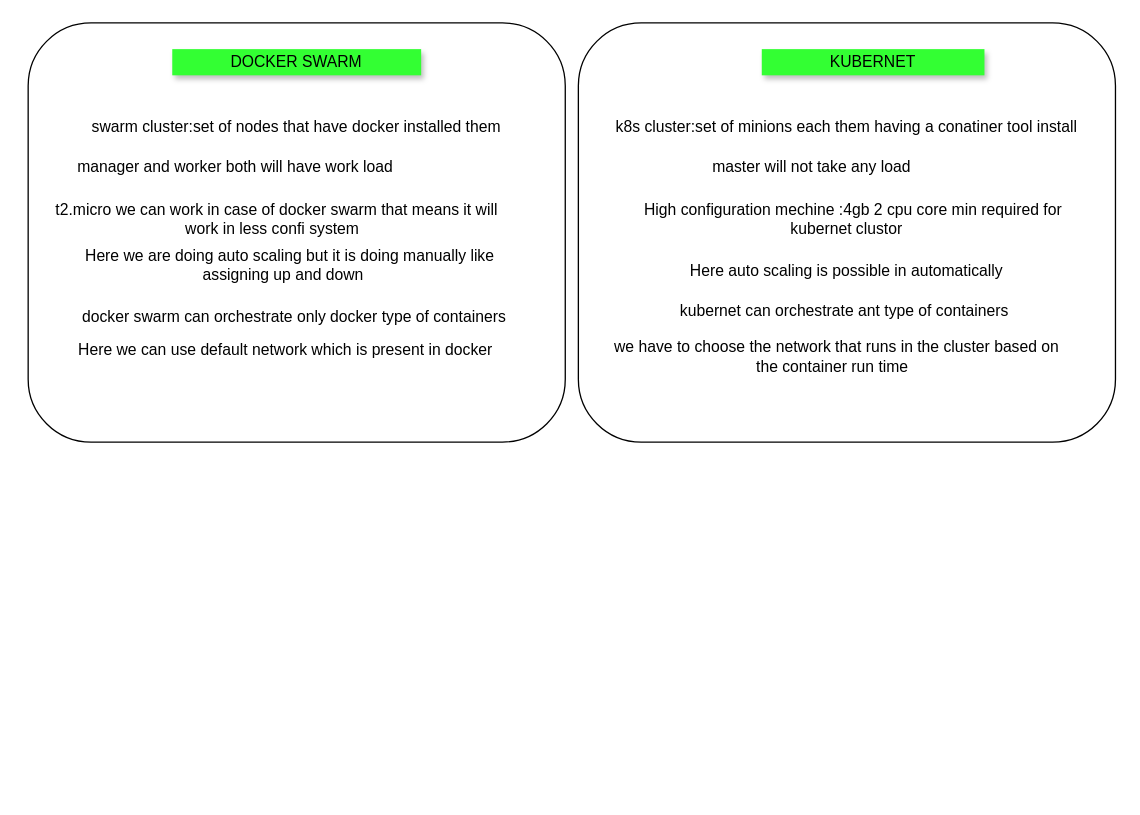
ashisnishanka/kubernet keeps this draw.io diagram as diff docker swarm & kubernet.drawio. Above is the earlier version. Source tidied: cells renumbered, new cells numbered last; positions are measured from the earlier drawing's top-left corner, leaving out a move shared by most shapes. Both pictures are drawn from the tidied source at 131%, with x=0, y=0 at pixel (28, 22).
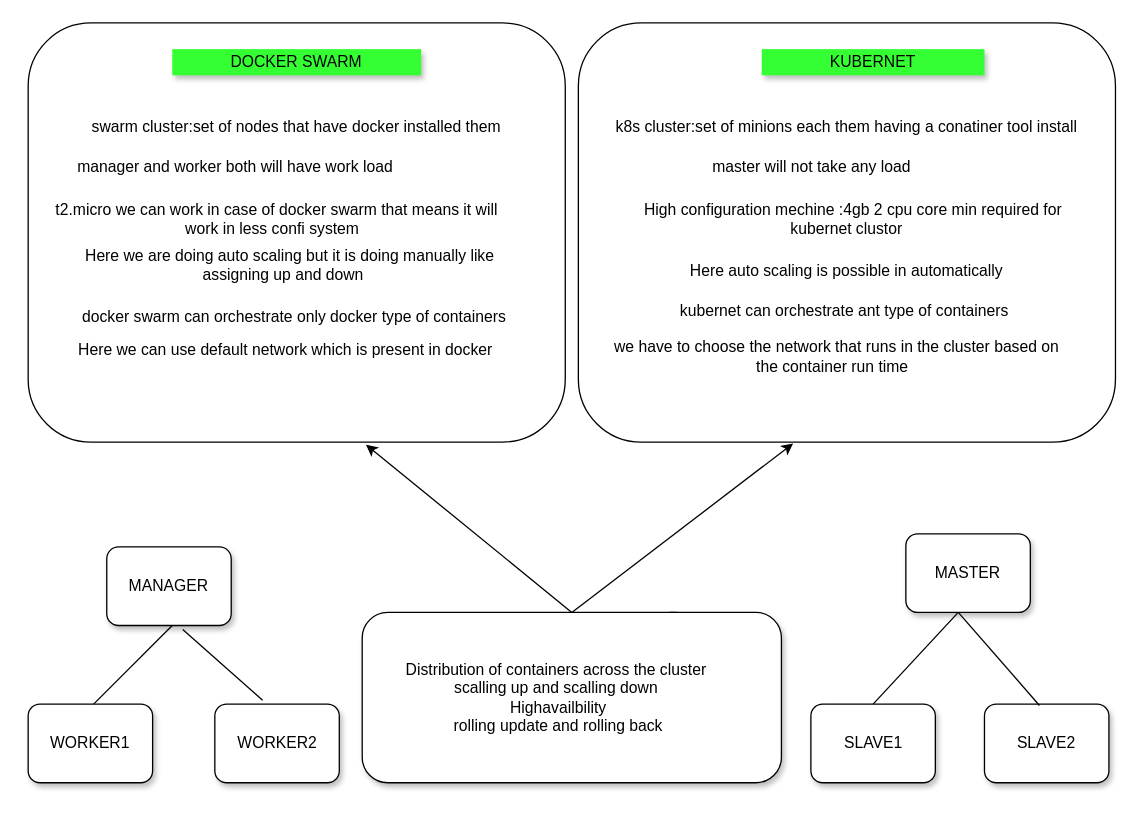
Above is the later version.

Unchanged cells that the change refers to:
```xml
<mxCell id="2" style="rounded=1;whiteSpace=wrap;html=1;" parent="1" vertex="1">
  <mxGeometry width="410" height="320" as="geometry" />
</mxCell>
<mxCell id="3" style="rounded=1;whiteSpace=wrap;html=1;" parent="1" vertex="1">
  <mxGeometry x="420" width="410" height="320" as="geometry" />
</mxCell>
```

What changed in the source:
```diff
@@
+    <mxCell id="18" style="edgeStyle=orthogonalEdgeStyle;rounded=0;jettySize=auto;html=1;exitX=0.75;exitY=0;exitDx=0;exitDy=0;entryX=0.815;entryY=0;entryDx=0;entryDy=0;entryPerimeter=0;" parent="1" edge="1" source="19" target="20">
+      <mxGeometry relative="1" as="geometry" />
+    </mxCell>
+    <mxCell id="19" style="rounded=1;whiteSpace=wrap;html=1;shadow=1;fillColor=#FFFFFF;" parent="1" vertex="1">
+      <mxGeometry x="255" y="450" width="320" height="130" as="geometry" />
+    </mxCell>
+    <mxCell id="20" value="Distribution of containers across the cluster&amp;nbsp;&lt;br&gt;scalling up and scalling down&amp;nbsp;&lt;br&gt;Highavailbility&lt;br&gt;rolling update and rolling back" style="text;html=1;strokeColor=none;fillColor=none;align=center;verticalAlign=middle;whiteSpace=wrap;rounded=0;shadow=1;" parent="1" vertex="1">
+      <mxGeometry x="270" y="470" width="270" height="90" as="geometry" />
+    </mxCell>
+    <mxCell id="21" style="endArrow=classic;html=1;entryX=0.629;entryY=1.006;entryDx=0;entryDy=0;entryPerimeter=0;exitX=0.5;exitY=0;exitDx=0;exitDy=0;" parent="1" edge="1" source="19" target="2">
+      <mxGeometry relative="1" as="geometry" />
+    </mxCell>
+    <mxCell id="22" style="endArrow=classic;html=1;entryX=0.4;entryY=1.003;entryDx=0;entryDy=0;entryPerimeter=0;" parent="1" edge="1" target="3">
+      <mxGeometry relative="1" as="geometry">
+        <mxPoint x="415" y="450" as="sourcePoint" />
+      </mxGeometry>
+    </mxCell>
+    <mxCell id="23" value="MANAGER" style="rounded=1;whiteSpace=wrap;html=1;shadow=1;fillColor=#FFFFFF;" parent="1" vertex="1">
+      <mxGeometry x="60" y="400" width="95" height="60" as="geometry" />
+    </mxCell>
+    <mxCell id="24" value="WORKER1" style="rounded=1;whiteSpace=wrap;html=1;shadow=1;fillColor=#FFFFFF;" parent="1" vertex="1">
+      <mxGeometry y="520" width="95" height="60" as="geometry" />
+    </mxCell>
+    <mxCell id="25" value="WORKER2" style="rounded=1;whiteSpace=wrap;html=1;shadow=1;fillColor=#FFFFFF;" parent="1" vertex="1">
+      <mxGeometry x="142.5" y="520" width="95" height="60" as="geometry" />
+    </mxCell>
+    <mxCell id="26" value="MASTER" style="rounded=1;whiteSpace=wrap;html=1;shadow=1;fillColor=#FFFFFF;" parent="1" vertex="1">
+      <mxGeometry x="670" y="390" width="95" height="60" as="geometry" />
+    </mxCell>
+    <mxCell id="27" value="SLAVE1" style="rounded=1;whiteSpace=wrap;html=1;shadow=1;fillColor=#FFFFFF;" parent="1" vertex="1">
+      <mxGeometry x="597.5" y="520" width="95" height="60" as="geometry" />
+    </mxCell>
+    <mxCell id="28" value="SLAVE2" style="rounded=1;whiteSpace=wrap;html=1;shadow=1;fillColor=#FFFFFF;" parent="1" vertex="1">
+      <mxGeometry x="730" y="520" width="95" height="60" as="geometry" />
+    </mxCell>
+    <mxCell id="29" style="endArrow=none;html=1;exitX=0.526;exitY=0;exitDx=0;exitDy=0;exitPerimeter=0;" parent="1" edge="1" source="24">
+      <mxGeometry relative="1" as="geometry">
+        <mxPoint x="110" y="460" as="targetPoint" />
+      </mxGeometry>
+    </mxCell>
+    <mxCell id="30" style="endArrow=none;html=1;exitX=0.384;exitY=-0.05;exitDx=0;exitDy=0;exitPerimeter=0;" parent="1" edge="1" source="25">
+      <mxGeometry relative="1" as="geometry">
+        <mxPoint x="118" y="463" as="targetPoint" />
+      </mxGeometry>
+    </mxCell>
+    <mxCell id="31" style="endArrow=none;html=1;exitX=0.5;exitY=0;exitDx=0;exitDy=0;" parent="1" edge="1" source="27">
+      <mxGeometry relative="1" as="geometry">
+        <mxPoint x="710" y="450" as="targetPoint" />
+      </mxGeometry>
+    </mxCell>
+    <mxCell id="32" style="endArrow=none;html=1;exitX=0.442;exitY=0.017;exitDx=0;exitDy=0;exitPerimeter=0;" parent="1" edge="1" source="28">
+      <mxGeometry relative="1" as="geometry">
+        <mxPoint x="710" y="450" as="targetPoint" />
+      </mxGeometry>
+    </mxCell>
```
